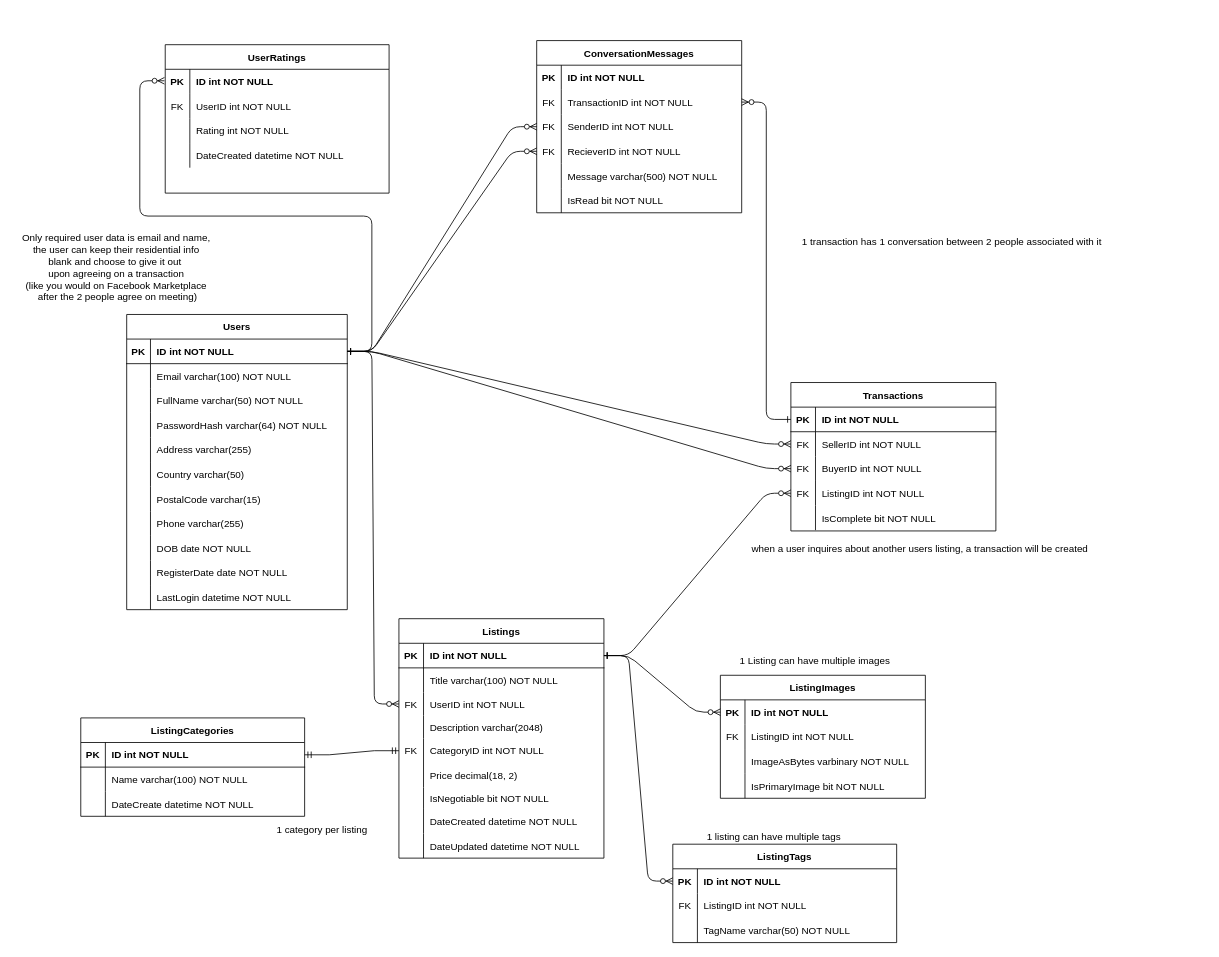
Above: diagrams/entity-relationship-diagram.drawio in ruskpr/marketio (draw.io), before the change. Source tidied: cells renumbered, new cells numbered last; positions are measured from the earlier drawing's top-left corner, leaving out a move shared by most shapes. Both pictures are drawn from the tidied source at 82%, with x=0, y=0 at pixel (14, 40).
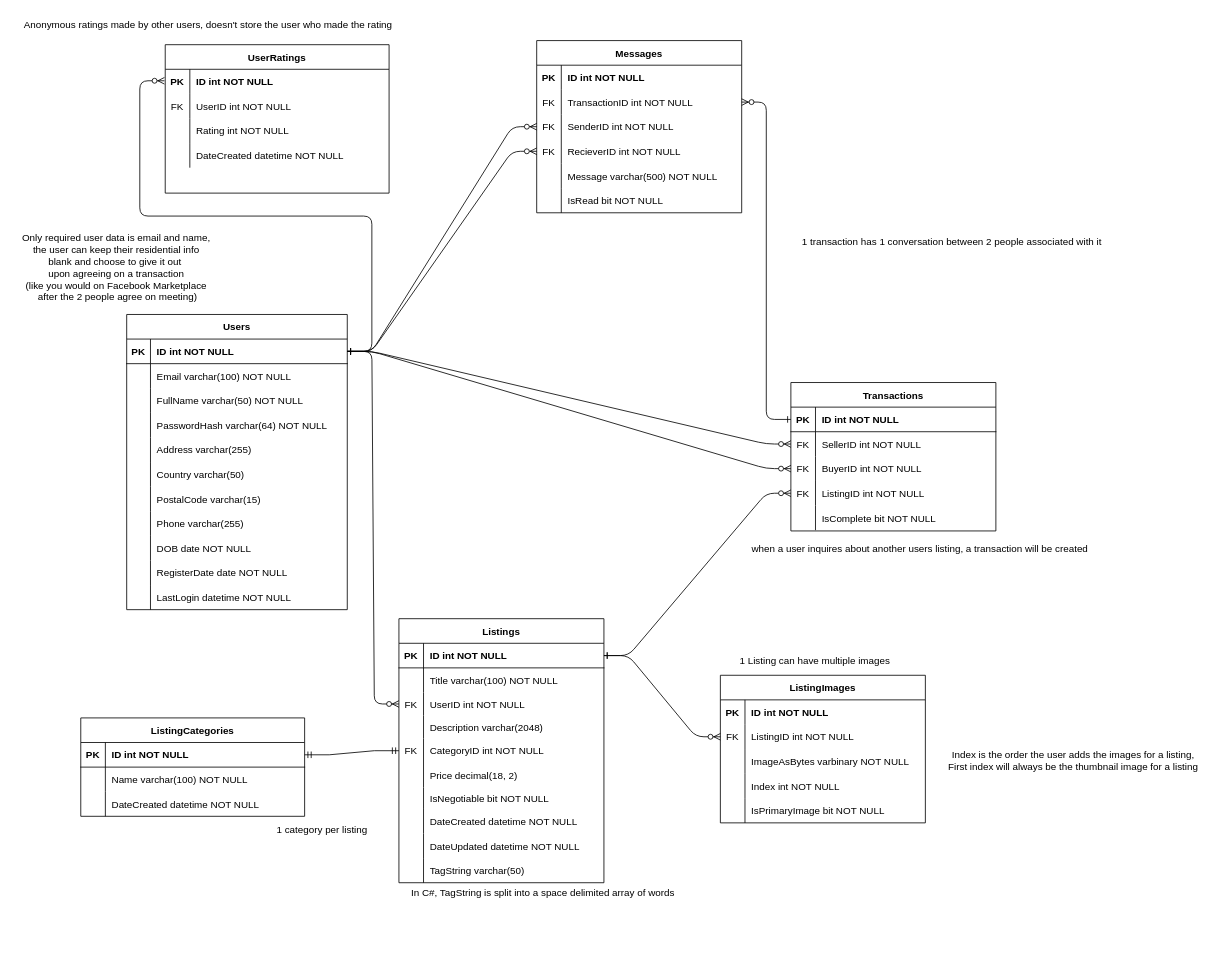
The same page after the edit.

Unchanged cells that the change refers to:
```xml
<mxCell id="20" style="shape=partialRectangle;fillColor=none;points=[[0,0.5],[1,0.5]];portConstraint=eastwest;top=0;left=0;right=0;bottom=1;" parent="19" vertex="1">
  <mxGeometry y="30" width="250" height="30" as="geometry" />
</mxCell>
<mxCell id="84" style="shape=partialRectangle;fillColor=none;points=[[0,0.5],[1,0.5]];portConstraint=eastwest;top=0;left=0;right=0;bottom=0;" parent="83" vertex="1">
  <mxGeometry y="30" width="250" height="30" as="geometry" />
</mxCell>
<mxCell id="87" style="shape=partialRectangle;fillColor=none;points=[[0,0.5],[1,0.5]];portConstraint=eastwest;top=0;left=0;right=0;bottom=0;" parent="83" vertex="1">
  <mxGeometry y="60" width="250" height="30" as="geometry" />
</mxCell>
<mxCell id="130" style="shape=partialRectangle;fillColor=none;top=0;left=0;right=0;bottom=0;" parent="123" vertex="1">
  <mxGeometry y="90" width="273" height="30" as="geometry" />
</mxCell>
```

The edit, as a diff of the source:
```diff
@@
     <mxCell id="19" value="Listings" style="shape=table;startSize=30;childLayout=tableLayout;rowLines=0;fontStyle=1;align=center;" parent="1" vertex="1">
-      <mxGeometry x="469" y="705" width="250" height="292" as="geometry" />
+      <mxGeometry x="469" y="705" width="250" height="322" as="geometry" />
     </mxCell>
@@
+    <mxCell id="162" style="shape=partialRectangle;fillColor=none;top=0;left=0;right=0;bottom=0;" parent="19" vertex="1">
+      <mxGeometry y="292" width="250" height="30" as="geometry" />
+    </mxCell>
+    <mxCell id="163" style="shape=partialRectangle;overflow=hidden;fillColor=none;top=0;left=0;bottom=0;right=0;" parent="162" vertex="1">
+      <mxGeometry width="30" height="30" as="geometry" />
+    </mxCell>
+    <mxCell id="164" value="TagString varchar(50) " style="shape=partialRectangle;overflow=hidden;fillColor=none;top=0;left=0;bottom=0;right=0;align=left;spacingLeft=6;" parent="162" vertex="1">
+      <mxGeometry x="30" width="220" height="30" as="geometry" />
+    </mxCell>
@@
     <mxCell id="83" value="ListingImages" style="shape=table;startSize=30;childLayout=tableLayout;rowLines=0;fontStyle=1;align=center;" parent="1" vertex="1">
-      <mxGeometry x="861" y="774" width="250" height="150" as="geometry" />
+      <mxGeometry x="861" y="774" width="250" height="180" as="geometry" />
     </mxCell>
@@
+    <mxCell id="165" style="shape=partialRectangle;fillColor=none;top=0;left=0;right=0;bottom=0;" parent="83" vertex="1">
+      <mxGeometry y="120" width="250" height="30" as="geometry" />
+    </mxCell>
+    <mxCell id="166" style="shape=partialRectangle;overflow=hidden;fillColor=none;top=0;left=0;bottom=0;right=0;" parent="165" vertex="1">
+      <mxGeometry width="30" height="30" as="geometry" />
+    </mxCell>
+    <mxCell id="167" value="Index int NOT NULL" style="shape=partialRectangle;overflow=hidden;fillColor=none;top=0;left=0;bottom=0;right=0;align=left;spacingLeft=6;" parent="165" vertex="1">
+      <mxGeometry x="30" width="220" height="30" as="geometry" />
+    </mxCell>
     <mxCell id="93" style="shape=partialRectangle;fillColor=none;top=0;left=0;right=0;bottom=0;" parent="83" vertex="1">
-      <mxGeometry y="120" width="250" height="30" as="geometry" />
+      <mxGeometry y="150" width="250" height="30" as="geometry" />
     </mxCell>
@@
-    <mxCell id="96" style="edgeStyle=entityRelationEdgeStyle;endArrow=ERzeroToMany;startArrow=ERone;endFill=1;startFill=0;entryX=0;entryY=0.5;entryDx=0;entryDy=0;" parent="1" edge="1" source="20" target="84">
+    <mxCell id="96" style="edgeStyle=entityRelationEdgeStyle;endArrow=ERzeroToMany;startArrow=ERone;endFill=1;startFill=0;entryX=0;entryY=0.5;entryDx=0;entryDy=0;" parent="1" edge="1" source="20" target="87">
       <mxGeometry relative="1" as="geometry" />
     </mxCell>
-    <mxCell id="97" value="ConversationMessages" style="shape=table;startSize=30;childLayout=tableLayout;rowLines=0;fontStyle=1;align=center;" parent="1" vertex="1">
+    <mxCell id="97" value="Messages" style="shape=table;startSize=30;childLayout=tableLayout;rowLines=0;fontStyle=1;align=center;" parent="1" vertex="1">
       <mxGeometry x="637" width="250" height="210" as="geometry" />
     </mxCell>
@@
-    <mxCell id="132" value="DateCreate datetime NOT NULL" style="shape=partialRectangle;overflow=hidden;fillColor=none;top=0;left=0;bottom=0;right=0;align=left;spacingLeft=6;" parent="130" vertex="1">
+    <mxCell id="132" value="DateCreated datetime NOT NULL" style="shape=partialRectangle;overflow=hidden;fillColor=none;top=0;left=0;bottom=0;right=0;align=left;spacingLeft=6;" parent="130" vertex="1">
       <mxGeometry x="30" width="243" height="30" as="geometry" />
     </mxCell>
-    <mxCell id="133" value="ListingTags" style="shape=table;startSize=30;childLayout=tableLayout;rowLines=0;fontStyle=1;align=center;" parent="1" vertex="1">
-      <mxGeometry x="803" y="980" width="273" height="120" as="geometry" />
-    </mxCell>
-    <mxCell id="134" style="shape=partialRectangle;fillColor=none;points=[[0,0.5],[1,0.5]];portConstraint=eastwest;top=0;left=0;right=0;bottom=0;" parent="133" vertex="1">
-      <mxGeometry y="30" width="273" height="30" as="geometry" />
-    </mxCell>
-    <mxCell id="135" value="PK" style="shape=partialRectangle;overflow=hidden;fillColor=none;top=0;left=0;bottom=0;right=0;fontStyle=1;" parent="134" vertex="1">
-      <mxGeometry width="30" height="30" as="geometry" />
-    </mxCell>
-    <mxCell id="136" value="ID int NOT NULL" style="shape=partialRectangle;overflow=hidden;fillColor=none;top=0;left=0;bottom=0;right=0;align=left;spacingLeft=6;fontStyle=1;" parent="134" vertex="1">
-      <mxGeometry x="30" width="243" height="30" as="geometry" />
-    </mxCell>
-    <mxCell id="137" style="shape=partialRectangle;fillColor=none;top=0;left=0;right=0;bottom=0;" parent="133" vertex="1">
-      <mxGeometry y="60" width="273" height="30" as="geometry" />
-    </mxCell>
-    <mxCell id="138" value="FK" style="shape=partialRectangle;overflow=hidden;fillColor=none;top=0;left=0;bottom=0;right=0;" parent="137" vertex="1">
-      <mxGeometry width="30" height="30" as="geometry" />
-    </mxCell>
-    <mxCell id="139" value="ListingID int NOT NULL" style="shape=partialRectangle;overflow=hidden;fillColor=none;top=0;left=0;bottom=0;right=0;align=left;spacingLeft=6;" parent="137" vertex="1">
-      <mxGeometry x="30" width="243" height="30" as="geometry" />
-    </mxCell>
-    <mxCell id="140" style="shape=partialRectangle;fillColor=none;top=0;left=0;right=0;bottom=0;" parent="133" vertex="1">
-      <mxGeometry y="90" width="273" height="30" as="geometry" />
-    </mxCell>
-    <mxCell id="141" style="shape=partialRectangle;overflow=hidden;fillColor=none;top=0;left=0;bottom=0;right=0;" parent="140" vertex="1">
-      <mxGeometry width="30" height="30" as="geometry" />
-    </mxCell>
-    <mxCell id="142" value="TagName varchar(50) NOT NULL" style="shape=partialRectangle;overflow=hidden;fillColor=none;top=0;left=0;bottom=0;right=0;align=left;spacingLeft=6;" parent="140" vertex="1">
-      <mxGeometry x="30" width="243" height="30" as="geometry" />
-    </mxCell>
-    <mxCell id="143" style="edgeStyle=entityRelationEdgeStyle;endArrow=ERzeroToMany;startArrow=ERone;endFill=1;startFill=0;exitX=1;exitY=0.5;exitDx=0;exitDy=0;" parent="1" edge="1" source="20" target="134">
-      <mxGeometry relative="1" as="geometry" />
-    </mxCell>
@@
-    <mxCell id="146" value="1 listing can have multiple tags" style="text;html=1;align=center;verticalAlign=middle;strokeColor=none;fillColor=none;" parent="1" vertex="1">
-      <mxGeometry x="835" y="958" width="181" height="26" as="geometry" />
+    <mxCell id="146" value="In C#, TagString is split into a space delimited array of words&amp;nbsp;" style="text;html=1;align=center;verticalAlign=middle;strokeColor=none;fillColor=none;" parent="1" vertex="1">
+      <mxGeometry x="474" y="1027" width="343" height="26" as="geometry" />
     </mxCell>
@@
+    <mxCell id="168" value="Index is the order the user adds the images for a listing,&lt;br&gt;First index will always be the thumbnail image for a listing" style="text;html=1;align=center;verticalAlign=middle;strokeColor=none;fillColor=none;" parent="1" vertex="1">
+      <mxGeometry x="1129" y="857" width="323" height="41" as="geometry" />
+    </mxCell>
+    <mxCell id="169" value="Anonymous ratings made by other users, doesn't store the user who made the rating" style="text;html=1;align=center;verticalAlign=middle;strokeColor=none;fillColor=none;" parent="1" vertex="1">
+      <mxGeometry x="2" y="-32" width="467" height="26" as="geometry" />
+    </mxCell>
```
